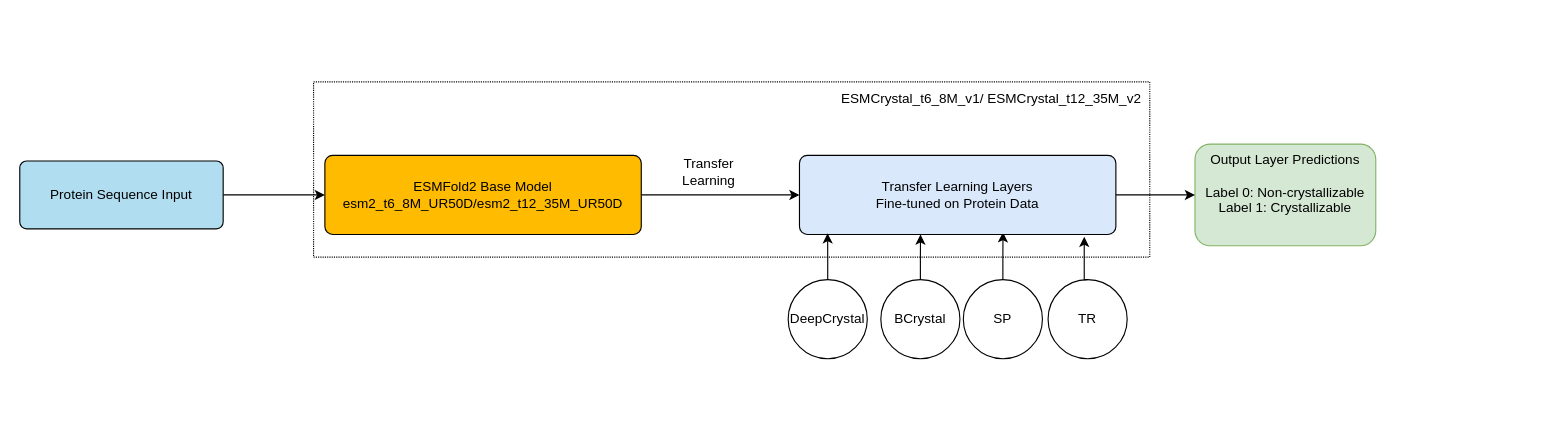
Earlier version of the draw.io diagram ESMCrystal.drawio (jayanthkmr/architecture-diagrams). Source tidied: cells renumbered, new cells numbered last; positions are measured from the earlier drawing's top-left corner, leaving out a move shared by most shapes. Both pictures are drawn from the tidied source at 113%, with x=0, y=0 at pixel (19, 81).
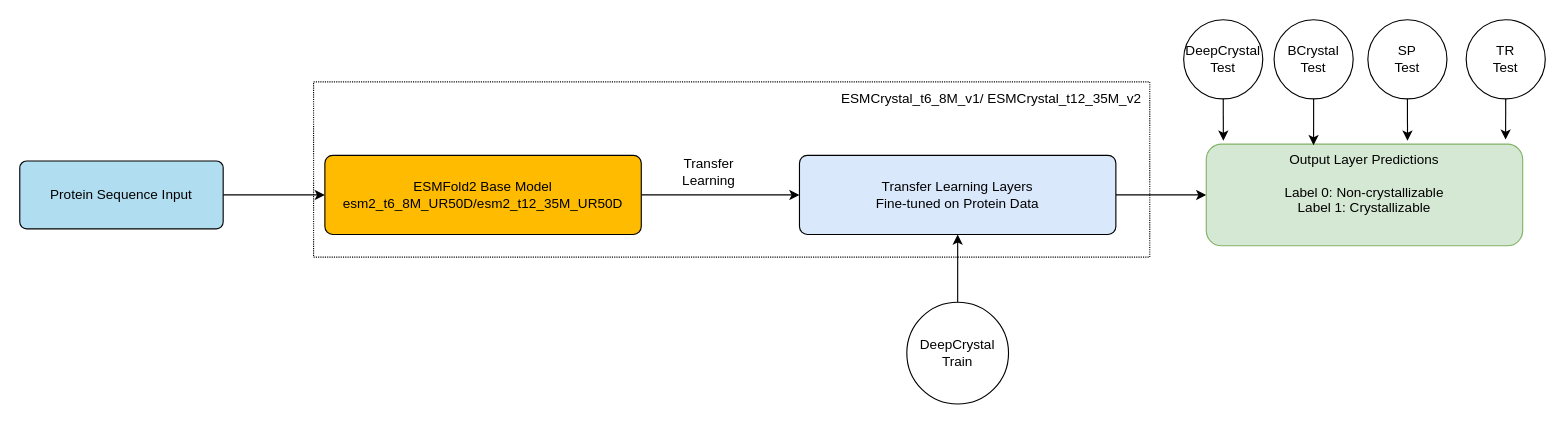
The same diagram, later.

The change refers to these unchanged cells:
```xml
<mxCell id="13" value="Transfer Learning Layers&#10;Fine-tuned on Protein Data" style="rounded=1;whiteSpace=wrap;html=1;arcSize=10;fillColor=#DAE8FC;" parent="1" vertex="1">
  <mxGeometry x="690" y="65" width="280" height="70" as="geometry" />
</mxCell>
```

Diff of the diagram source:
```diff
@@
-    <mxCell id="2" style="rounded=1;whiteSpace=wrap;html=1;fillColor=#d5e8d4;strokeColor=#82b366;" parent="1" vertex="1">
-      <mxGeometry x="1040" y="55" width="160" height="90" as="geometry" />
-    </mxCell>
@@
-    <mxCell id="5" value="Output Layer Predictions&lt;br&gt;&lt;br&gt;&lt;div&gt;Label 0: Non-crystallizable&lt;br&gt;Label 1: Crystallizable&lt;/div&gt;" style="text;html=1;strokeColor=none;fillColor=none;spacingTop=-5;align=center;verticalAlign=top;whiteSpace=wrap;rounded=0;" parent="1" vertex="1">
-      <mxGeometry x="1040" y="60" width="160" height="80" as="geometry" />
-    </mxCell>
+    <mxCell id="14" style="edgeStyle=orthogonalEdgeStyle;rounded=0;jettySize=auto;html=1;exitX=0.5;exitY=0;exitDx=0;exitDy=0;" parent="1" edge="1" source="6" target="13">
+      <mxGeometry relative="1" as="geometry" />
+    </mxCell>
-    <mxCell id="6" value="DeepCrystal" style="ellipse;whiteSpace=wrap;html=1;" parent="1" vertex="1">
-      <mxGeometry x="680" y="175" width="70" height="70" as="geometry" />
+    <mxCell id="6" value="DeepCrystal&lt;div&gt;Train&lt;/div&gt;" style="ellipse;whiteSpace=wrap;html=1;" parent="1" vertex="1">
+      <mxGeometry x="785" y="195" width="90" height="90" as="geometry" />
     </mxCell>
-    <mxCell id="7" value="SP" style="ellipse;whiteSpace=wrap;html=1;" parent="1" vertex="1">
-      <mxGeometry x="835" y="175" width="70" height="70" as="geometry" />
+    <mxCell id="7" value="SP&lt;div&gt;Test&lt;/div&gt;" style="ellipse;whiteSpace=wrap;html=1;" parent="1" vertex="1">
+      <mxGeometry x="1193" y="-55" width="70" height="70" as="geometry" />
     </mxCell>
-    <mxCell id="8" value="TR" style="ellipse;whiteSpace=wrap;html=1;" parent="1" vertex="1">
-      <mxGeometry x="910" y="175" width="70" height="70" as="geometry" />
+    <mxCell id="8" value="TR&lt;div&gt;Test&lt;/div&gt;" style="ellipse;whiteSpace=wrap;html=1;" parent="1" vertex="1">
+      <mxGeometry x="1280" y="-55" width="70" height="70" as="geometry" />
     </mxCell>
-    <mxCell id="9" value="BCrystal" style="ellipse;whiteSpace=wrap;html=1;" parent="1" vertex="1">
-      <mxGeometry x="762" y="175" width="70" height="70" as="geometry" />
+    <mxCell id="9" value="BCrystal&lt;div&gt;Test&lt;/div&gt;" style="ellipse;whiteSpace=wrap;html=1;" parent="1" vertex="1">
+      <mxGeometry x="1110" y="-55" width="70" height="70" as="geometry" />
     </mxCell>
-    <mxCell id="10" style="edgeStyle=orthogonalEdgeStyle;rounded=0;jettySize=auto;html=1;exitX=0.5;exitY=0;exitDx=0;exitDy=0;entryX=0.313;entryY=1;entryDx=0;entryDy=0;entryPerimeter=0;" parent="1" edge="1" source="9">
-      <mxGeometry relative="1" as="geometry">
-        <mxPoint x="797.1" y="135" as="targetPoint" />
-      </mxGeometry>
-    </mxCell>
-    <mxCell id="11" style="edgeStyle=orthogonalEdgeStyle;rounded=0;jettySize=auto;html=1;exitX=0.5;exitY=0;exitDx=0;exitDy=0;entryX=0.617;entryY=0.975;entryDx=0;entryDy=0;entryPerimeter=0;" parent="1" edge="1" source="7">
-      <mxGeometry relative="1" as="geometry">
-        <mxPoint x="870.1" y="133" as="targetPoint" />
-      </mxGeometry>
-    </mxCell>
@@
-    <mxCell id="14" style="edgeStyle=orthogonalEdgeStyle;rounded=0;jettySize=auto;html=1;exitX=0.5;exitY=0;exitDx=0;exitDy=0;entryX=0.089;entryY=0.986;entryDx=0;entryDy=0;entryPerimeter=0;" parent="1" edge="1" source="6" target="13">
-      <mxGeometry relative="1" as="geometry" />
-    </mxCell>
-    <mxCell id="15" style="edgeStyle=orthogonalEdgeStyle;rounded=0;jettySize=auto;html=1;exitX=0.5;exitY=0;exitDx=0;exitDy=0;entryX=0.9;entryY=1.029;entryDx=0;entryDy=0;entryPerimeter=0;" parent="1" edge="1" source="8" target="13">
-      <mxGeometry relative="1" as="geometry" />
-    </mxCell>
@@
+    <mxCell id="21" style="group;" parent="1" vertex="1">
+      <mxGeometry x="1050" y="55" width="280" height="90" as="geometry" />
+    </mxCell>
+    <mxCell id="2" style="rounded=1;whiteSpace=wrap;html=1;fillColor=#d5e8d4;strokeColor=#82b366;" parent="21" vertex="1">
+      <mxGeometry width="280" height="90" as="geometry" />
+    </mxCell>
+    <mxCell id="5" value="Output Layer Predictions&lt;br&gt;&lt;br&gt;&lt;div&gt;Label 0: Non-crystallizable&lt;br&gt;Label 1: Crystallizable&lt;/div&gt;" style="text;html=1;strokeColor=none;fillColor=none;spacingTop=-5;align=center;verticalAlign=top;whiteSpace=wrap;rounded=0;" parent="21" vertex="1">
+      <mxGeometry y="5" width="280" height="80" as="geometry" />
+    </mxCell>
+    <mxCell id="22" value="DeepCrystal&lt;div&gt;Test&lt;/div&gt;" style="ellipse;whiteSpace=wrap;html=1;" parent="1" vertex="1">
+      <mxGeometry x="1030" y="-55" width="70" height="70" as="geometry" />
+    </mxCell>
+    <mxCell id="23" style="edgeStyle=orthogonalEdgeStyle;rounded=0;jettySize=auto;html=1;exitX=0.5;exitY=1;exitDx=0;exitDy=0;entryX=0.054;entryY=-0.033;entryDx=0;entryDy=0;entryPerimeter=0;" parent="1" edge="1" source="22" target="2">
+      <mxGeometry relative="1" as="geometry" />
+    </mxCell>
+    <mxCell id="24" style="edgeStyle=orthogonalEdgeStyle;rounded=0;jettySize=auto;html=1;exitX=0.5;exitY=1;exitDx=0;exitDy=0;entryX=0.339;entryY=0.011;entryDx=0;entryDy=0;entryPerimeter=0;" parent="1" edge="1" source="9" target="2">
+      <mxGeometry relative="1" as="geometry" />
+    </mxCell>
+    <mxCell id="25" style="edgeStyle=orthogonalEdgeStyle;rounded=0;jettySize=auto;html=1;exitX=0.5;exitY=1;exitDx=0;exitDy=0;entryX=0.636;entryY=-0.033;entryDx=0;entryDy=0;entryPerimeter=0;" parent="1" edge="1" source="7" target="2">
+      <mxGeometry relative="1" as="geometry" />
+    </mxCell>
+    <mxCell id="26" style="edgeStyle=orthogonalEdgeStyle;rounded=0;jettySize=auto;html=1;exitX=0.5;exitY=1;exitDx=0;exitDy=0;entryX=0.946;entryY=-0.044;entryDx=0;entryDy=0;entryPerimeter=0;" parent="1" edge="1" source="8" target="2">
+      <mxGeometry relative="1" as="geometry" />
+    </mxCell>
```
